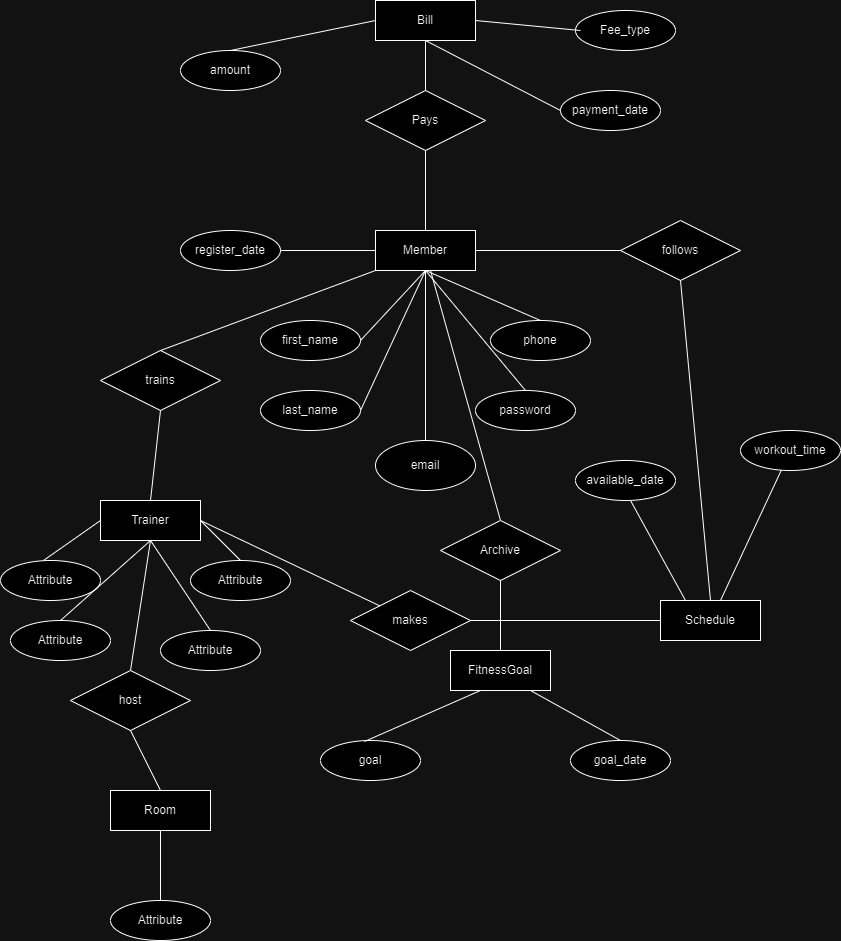
This is diagram/ER_diagram.drawio.png from Davdioc/COMP3005_Project, a draw.io export, as it was before one commit. Source tidied: cells renumbered, new cells last; positions are measured from the earlier drawing's top-left corner, leaving out a move shared by most shapes.
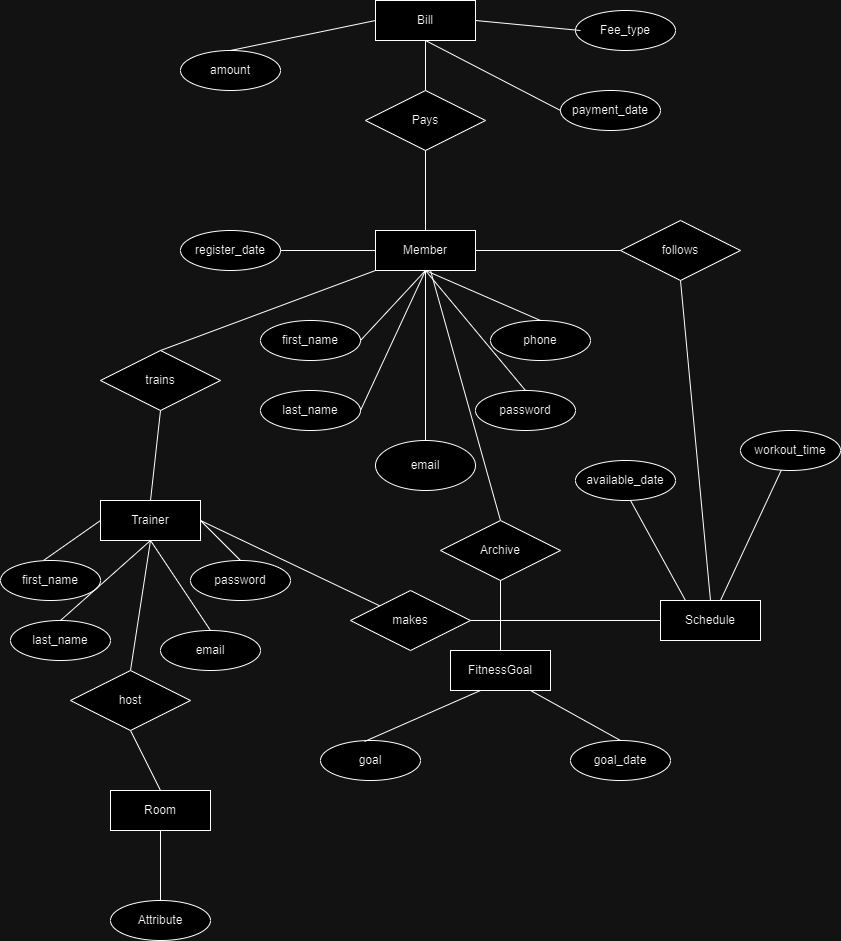
After the change.

What changed in the source:
```diff
@@ -62,16 +62,16 @@
     <mxCell id="19" style="endArrow=none;html=1;rounded=0;exitX=0.5;exitY=1;exitDx=0;exitDy=0;entryX=0.5;entryY=0;entryDx=0;entryDy=0;" parent="1" edge="1" source="16" target="18">
       <mxGeometry relative="1" as="geometry" />
     </mxCell>
-    <mxCell id="20" value="Attribute" style="ellipse;whiteSpace=wrap;html=1;align=center;" parent="1" vertex="1">
+    <mxCell id="20" value="last_name" style="ellipse;whiteSpace=wrap;html=1;align=center;" parent="1" vertex="1">
       <mxGeometry x="10" y="620" width="100" height="40" as="geometry" />
     </mxCell>
-    <mxCell id="21" value="Attribute" style="ellipse;whiteSpace=wrap;html=1;align=center;" parent="1" vertex="1">
+    <mxCell id="21" value="email" style="ellipse;whiteSpace=wrap;html=1;align=center;" parent="1" vertex="1">
       <mxGeometry x="160" y="630" width="100" height="40" as="geometry" />
     </mxCell>
-    <mxCell id="22" value="Attribute" style="ellipse;whiteSpace=wrap;html=1;align=center;" parent="1" vertex="1">
+    <mxCell id="22" value="first_name" style="ellipse;whiteSpace=wrap;html=1;align=center;" parent="1" vertex="1">
       <mxGeometry y="560" width="100" height="40" as="geometry" />
     </mxCell>
-    <mxCell id="23" value="Attribute" style="ellipse;whiteSpace=wrap;html=1;align=center;" parent="1" vertex="1">
+    <mxCell id="23" value="password" style="ellipse;whiteSpace=wrap;html=1;align=center;" parent="1" vertex="1">
       <mxGeometry x="190" y="560" width="100" height="40" as="geometry" />
     </mxCell>
     <mxCell id="24" style="endArrow=none;html=1;rounded=0;exitX=0.43;exitY=0;exitDx=0;exitDy=0;exitPerimeter=0;entryX=0;entryY=0.5;entryDx=0;entryDy=0;" parent="1" edge="1" source="22" target="18">
```
